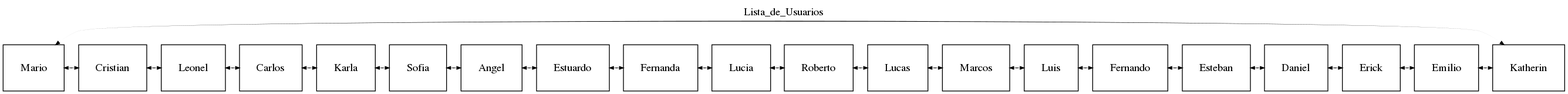
Earlier version of the Graphviz export user_list.png (mariotun/EDD_1S2019_P1_201602942). Its source is kept beside it as user_list.dot. Source of this version:
```dot
digraph Lista_Simple{
 label=Lista_de_Usuarios;
 labelloc=t;
node[margin=0.3 fontcolor=black shape=box];
{rank=same;
 <Lista_Circular_doble.NodeLCD object at 0x7fb98803b828>[label="Mario"];
<Lista_Circular_doble.NodeLCD object at 0x7fb98803b860>[label="Cristian"];
<Lista_Circular_doble.NodeLCD object at 0x7fb98803b8d0>[label="Leonel"];
<Lista_Circular_doble.NodeLCD object at 0x7fb98803b940>[label="Carlos"];
<Lista_Circular_doble.NodeLCD object at 0x7fb98803b9b0>[label="Karla"];
<Lista_Circular_doble.NodeLCD object at 0x7fb98803ba20>[label="Sofia"];
<Lista_Circular_doble.NodeLCD object at 0x7fb98803ba90>[label="Angel"];
<Lista_Circular_doble.NodeLCD object at 0x7fb98803bb00>[label="Estuardo"];
<Lista_Circular_doble.NodeLCD object at 0x7fb98803bb38>[label="Fernanda"];
<Lista_Circular_doble.NodeLCD object at 0x7fb98803bb70>[label="Lucia"];
<Lista_Circular_doble.NodeLCD object at 0x7fb98803bc18>[label="Roberto"];
<Lista_Circular_doble.NodeLCD object at 0x7fb98803bc50>[label="Lucas"];
<Lista_Circular_doble.NodeLCD object at 0x7fb98803bcc0>[label="Marcos"];
<Lista_Circular_doble.NodeLCD object at 0x7fb98803bd30>[label="Luis"];
<Lista_Circular_doble.NodeLCD object at 0x7fb98803bda0>[label="Fernando"];
<Lista_Circular_doble.NodeLCD object at 0x7fb98803be10>[label="Esteban"];
<Lista_Circular_doble.NodeLCD object at 0x7fb98803be48>[label="Daniel"];
<Lista_Circular_doble.NodeLCD object at 0x7fb98803beb8>[label="Erick"];
<Lista_Circular_doble.NodeLCD object at 0x7fb98803bf28>[label="Emilio"];
<Lista_Circular_doble.NodeLCD object at 0x7fb98803bf98>[label="Katherin"];
<Lista_Circular_doble.NodeLCD object at 0x7fb98803b828>-><Lista_Circular_doble.NodeLCD object at 0x7fb98803b860>-><Lista_Circular_doble.NodeLCD object at 0x7fb98803b8d0>-><Lista_Circular_doble.NodeLCD object at 0x7fb98803b940>-><Lista_Circular_doble.NodeLCD object at 0x7fb98803b9b0>-><Lista_Circular_doble.NodeLCD object at 0x7fb98803ba20>-><Lista_Circular_doble.NodeLCD object at 0x7fb98803ba90>-><Lista_Circular_doble.NodeLCD object at 0x7fb98803bb00>-><Lista_Circular_doble.NodeLCD object at 0x7fb98803bb38>-><Lista_Circular_doble.NodeLCD object at 0x7fb98803bb70>-><Lista_Circular_doble.NodeLCD object at 0x7fb98803bc18>-><Lista_Circular_doble.NodeLCD object at 0x7fb98803bc50>-><Lista_Circular_doble.NodeLCD object at 0x7fb98803bcc0>-><Lista_Circular_doble.NodeLCD object at 0x7fb98803bd30>-><Lista_Circular_doble.NodeLCD object at 0x7fb98803bda0>-><Lista_Circular_doble.NodeLCD object at 0x7fb98803be10>-><Lista_Circular_doble.NodeLCD object at 0x7fb98803be48>-><Lista_Circular_doble.NodeLCD object at 0x7fb98803beb8>-><Lista_Circular_doble.NodeLCD object at 0x7fb98803bf28>-><Lista_Circular_doble.NodeLCD object at 0x7fb98803bf98>-><Lista_Circular_doble.NodeLCD object at 0x7fb98803b828>
[dir=both style=tapered arrowsize=0.5 penwidth=1 color=black];
} }
```
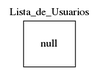
Later version of the same file.

The edit, as a diff of the source:
```diff
@@ -3,26 +3,6 @@
  labelloc=t;
 node[margin=0.3 fontcolor=black shape=box];
 {rank=same;
- <Lista_Circular_doble.NodeLCD object at 0x7fb98803b828>[label="Mario"];
-<Lista_Circular_doble.NodeLCD object at 0x7fb98803b860>[label="Cristian"];
-<Lista_Circular_doble.NodeLCD object at 0x7fb98803b8d0>[label="Leonel"];
-<Lista_Circular_doble.NodeLCD object at 0x7fb98803b940>[label="Carlos"];
-<Lista_Circular_doble.NodeLCD object at 0x7fb98803b9b0>[label="Karla"];
-<Lista_Circular_doble.NodeLCD object at 0x7fb98803ba20>[label="Sofia"];
-<Lista_Circular_doble.NodeLCD object at 0x7fb98803ba90>[label="Angel"];
-<Lista_Circular_doble.NodeLCD object at 0x7fb98803bb00>[label="Estuardo"];
-<Lista_Circular_doble.NodeLCD object at 0x7fb98803bb38>[label="Fernanda"];
-<Lista_Circular_doble.NodeLCD object at 0x7fb98803bb70>[label="Lucia"];
-<Lista_Circular_doble.NodeLCD object at 0x7fb98803bc18>[label="Roberto"];
-<Lista_Circular_doble.NodeLCD object at 0x7fb98803bc50>[label="Lucas"];
-<Lista_Circular_doble.NodeLCD object at 0x7fb98803bcc0>[label="Marcos"];
-<Lista_Circular_doble.NodeLCD object at 0x7fb98803bd30>[label="Luis"];
-<Lista_Circular_doble.NodeLCD object at 0x7fb98803bda0>[label="Fernando"];
-<Lista_Circular_doble.NodeLCD object at 0x7fb98803be10>[label="Esteban"];
-<Lista_Circular_doble.NodeLCD object at 0x7fb98803be48>[label="Daniel"];
-<Lista_Circular_doble.NodeLCD object at 0x7fb98803beb8>[label="Erick"];
-<Lista_Circular_doble.NodeLCD object at 0x7fb98803bf28>[label="Emilio"];
-<Lista_Circular_doble.NodeLCD object at 0x7fb98803bf98>[label="Katherin"];
-<Lista_Circular_doble.NodeLCD object at 0x7fb98803b828>-><Lista_Circular_doble.NodeLCD object at 0x7fb98803b860>-><Lista_Circular_doble.NodeLCD object at 0x7fb98803b8d0>-><Lista_Circular_doble.NodeLCD object at 0x7fb98803b940>-><Lista_Circular_doble.NodeLCD object at 0x7fb98803b9b0>-><Lista_Circular_doble.NodeLCD object at 0x7fb98803ba20>-><Lista_Circular_doble.NodeLCD object at 0x7fb98803ba90>-><Lista_Circular_doble.NodeLCD object at 0x7fb98803bb00>-><Lista_Circular_doble.NodeLCD object at 0x7fb98803bb38>-><Lista_Circular_doble.NodeLCD object at 0x7fb98803bb70>-><Lista_Circular_doble.NodeLCD object at 0x7fb98803bc18>-><Lista_Circular_doble.NodeLCD object at 0x7fb98803bc50>-><Lista_Circular_doble.NodeLCD object at 0x7fb98803bcc0>-><Lista_Circular_doble.NodeLCD object at 0x7fb98803bd30>-><Lista_Circular_doble.NodeLCD object at 0x7fb98803bda0>-><Lista_Circular_doble.NodeLCD object at 0x7fb98803be10>-><Lista_Circular_doble.NodeLCD object at 0x7fb98803be48>-><Lista_Circular_doble.NodeLCD object at 0x7fb98803beb8>-><Lista_Circular_doble.NodeLCD object at 0x7fb98803bf28>-><Lista_Circular_doble.NodeLCD object at 0x7fb98803bf98>-><Lista_Circular_doble.NodeLCD object at 0x7fb98803b828>
+ None[label="null"]None
 [dir=both style=tapered arrowsize=0.5 penwidth=1 color=black];
 } }
```
